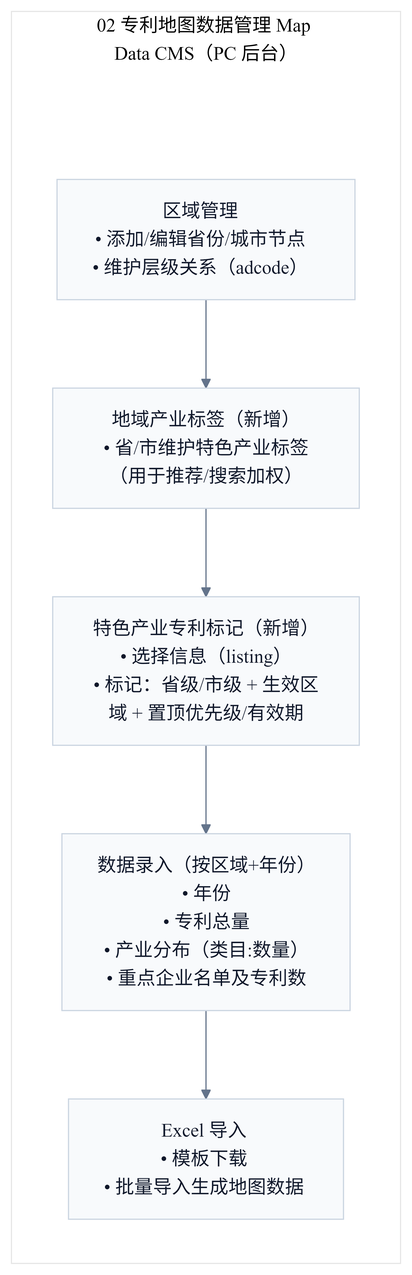
Before: docs/demo/rendered/02-map-cms.png, a diagram exported from Mermaid (Ming-1984/Ipmoney). Its source is kept beside it as docs/demo/pages/admin/02-map-cms.mmd. Its diagram source:
```mermaid
%%{init: {'theme':'base','flowchart': {'htmlLabels': true},'themeVariables': {'fontFamily': 'Inter, Microsoft YaHei, sans-serif','lineColor':'#64748B','primaryTextColor':'#0F172A','primaryBorderColor':'#CBD5E1','primaryColor':'#F8FAFC'}}}%%
flowchart TB
  subgraph P["02 专利地图数据管理 Map Data CMS（PC 后台）"]
    direction TB
    Pad[" "]:::pad
    Region["区域管理<br/>• 添加/编辑省份/城市节点<br/>• 维护层级关系（adcode）"]
    IndustryTags["地域产业标签（新增）<br/>• 省/市维护特色产业标签（用于推荐/搜索加权）"]
    Featured["特色产业专利标记（新增）<br/>• 选择信息（listing）<br/>• 标记：省级/市级 + 生效区域 + 置顶优先级/有效期"]
    Entry["数据录入（按区域+年份）<br/>• 年份<br/>• 专利总量<br/>• 产业分布（类目:数量）<br/>• 重点企业名单及专利数"]
    Import["Excel 导入<br/>• 模板下载<br/>• 批量导入生成地图数据"]
    Pad --> Region
    Region --> IndustryTags --> Featured --> Entry --> Import
  end

  classDef pad fill:transparent,stroke:transparent,color:transparent;
  linkStyle 0 stroke:transparent,fill:transparent;
```
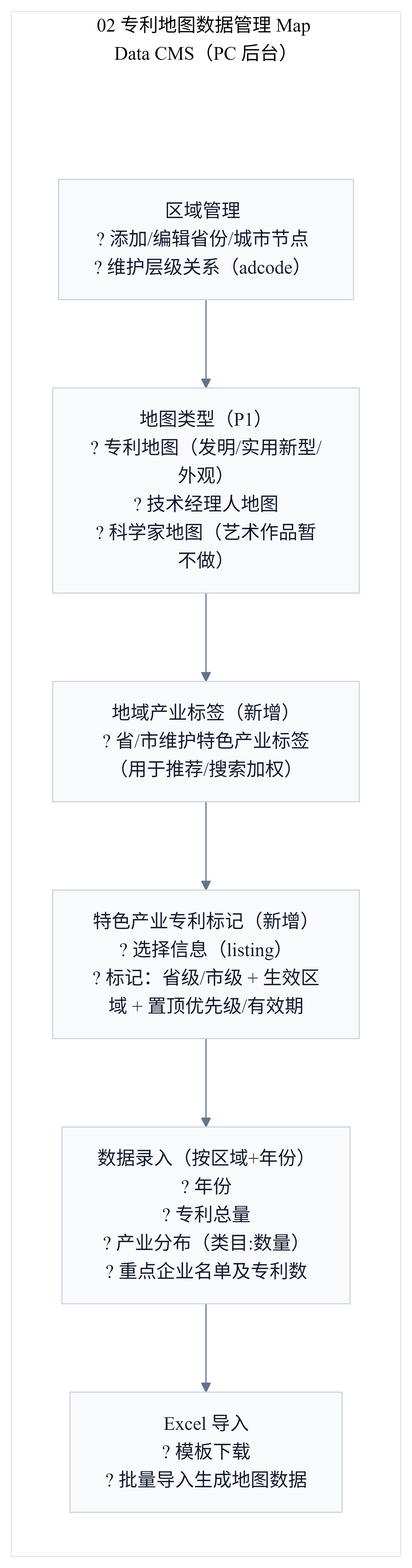
After the commit.

Diff of the diagram source:
```diff
@@ -3,13 +3,14 @@
   subgraph P["02 专利地图数据管理 Map Data CMS（PC 后台）"]
     direction TB
     Pad[" "]:::pad
-    Region["区域管理<br/>• 添加/编辑省份/城市节点<br/>• 维护层级关系（adcode）"]
-    IndustryTags["地域产业标签（新增）<br/>• 省/市维护特色产业标签（用于推荐/搜索加权）"]
-    Featured["特色产业专利标记（新增）<br/>• 选择信息（listing）<br/>• 标记：省级/市级 + 生效区域 + 置顶优先级/有效期"]
-    Entry["数据录入（按区域+年份）<br/>• 年份<br/>• 专利总量<br/>• 产业分布（类目:数量）<br/>• 重点企业名单及专利数"]
-    Import["Excel 导入<br/>• 模板下载<br/>• 批量导入生成地图数据"]
+    Region["区域管理<br/>? 添加/编辑省份/城市节点<br/>? 维护层级关系（adcode）"]
+    MapType["地图类型（P1）<br/>? 专利地图（发明/实用新型/外观）<br/>? 技术经理人地图<br/>? 科学家地图（艺术作品暂不做）"]
+    IndustryTags["地域产业标签（新增）<br/>? 省/市维护特色产业标签（用于推荐/搜索加权）"]
+    Featured["特色产业专利标记（新增）<br/>? 选择信息（listing）<br/>? 标记：省级/市级 + 生效区域 + 置顶优先级/有效期"]
+    Entry["数据录入（按区域+年份）<br/>? 年份<br/>? 专利总量<br/>? 产业分布（类目:数量）<br/>? 重点企业名单及专利数"]
+    Import["Excel 导入<br/>? 模板下载<br/>? 批量导入生成地图数据"]
     Pad --> Region
-    Region --> IndustryTags --> Featured --> Entry --> Import
+    Region --> MapType --> IndustryTags --> Featured --> Entry --> Import
   end
 
   classDef pad fill:transparent,stroke:transparent,color:transparent;
```
